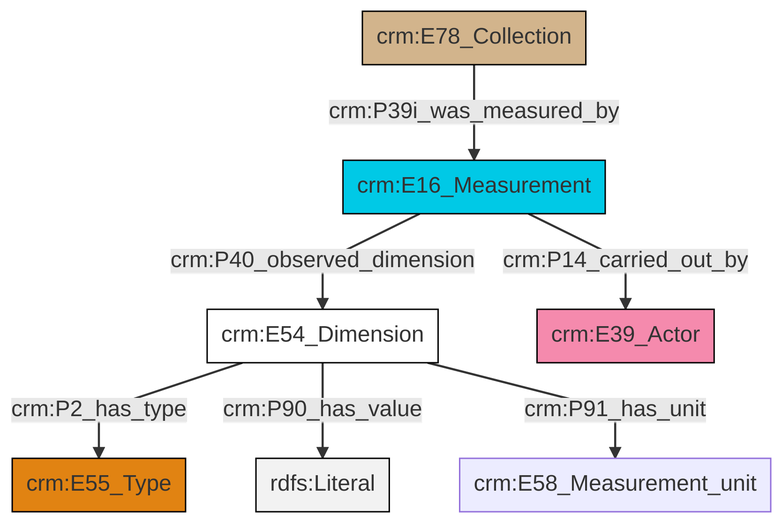
The Mermaid diagram et/archivalCSV/ttl/mmd/png/archival_substance.png in swiss-art-research-net/docs.swissartresearch, before a commit. Its source is kept beside it as et/archivalCSV/ttl/mmd/archival_substance.ttl.mmd.
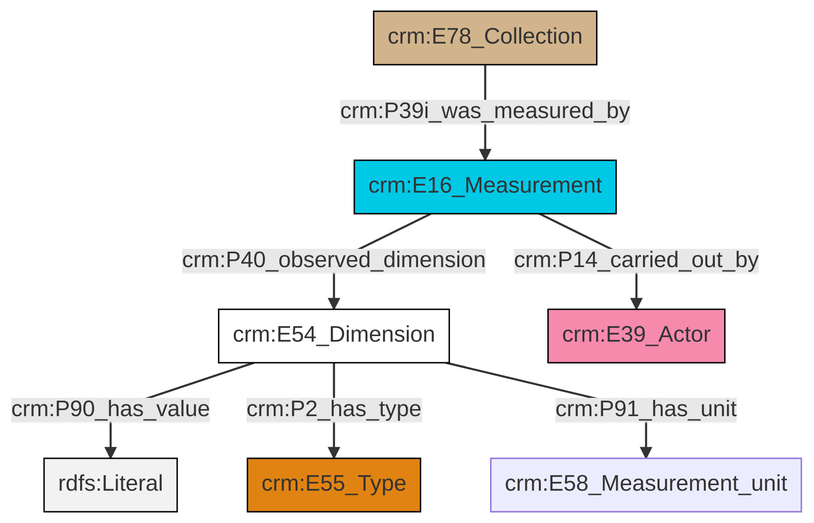
Above is the later version.

Change to the diagram source:
```diff
@@ -13,9 +13,9 @@
 classDef PC_Classes fill:#4ce600, stroke:#000000;
 classDef Multi fill:#cccccc,stroke:#000000;
 
-0["crm:E54_Dimension"]:::CRM_Entity -->|crm:P2_has_type| 1["crm:E55_Type"]:::Type
-2["crm:E16_Measurement"]:::Temporal_Entity -->|crm:P40_observed_dimension| 0["crm:E54_Dimension"]:::CRM_Entity
-0["crm:E54_Dimension"]:::CRM_Entity -->|crm:P90_has_value| 3[rdfs:Literal]:::Literal
-6["crm:E78_Collection"]:::Physical_Thing -->|crm:P39i_was_measured_by| 2["crm:E16_Measurement"]:::Temporal_Entity
-0["crm:E54_Dimension"]:::CRM_Entity -->|crm:P91_has_unit| 4["crm:E58_Measurement_unit"]:::Default
-2["crm:E16_Measurement"]:::Temporal_Entity -->|crm:P14_carried_out_by| 7["crm:E39_Actor"]:::Actor
+2["crm:E54_Dimension"]:::CRM_Entity -->|crm:P90_has_value| 3[rdfs:Literal]:::Literal
+2["crm:E54_Dimension"]:::CRM_Entity -->|crm:P2_has_type| 4["crm:E55_Type"]:::Type
+2["crm:E54_Dimension"]:::CRM_Entity -->|crm:P91_has_unit| 6["crm:E58_Measurement_unit"]:::Default
+0["crm:E16_Measurement"]:::Temporal_Entity -->|crm:P40_observed_dimension| 2["crm:E54_Dimension"]:::CRM_Entity
+0["crm:E16_Measurement"]:::Temporal_Entity -->|crm:P14_carried_out_by| 10["crm:E39_Actor"]:::Actor
+8["crm:E78_Collection"]:::Physical_Thing -->|crm:P39i_was_measured_by| 0["crm:E16_Measurement"]:::Temporal_Entity
```
